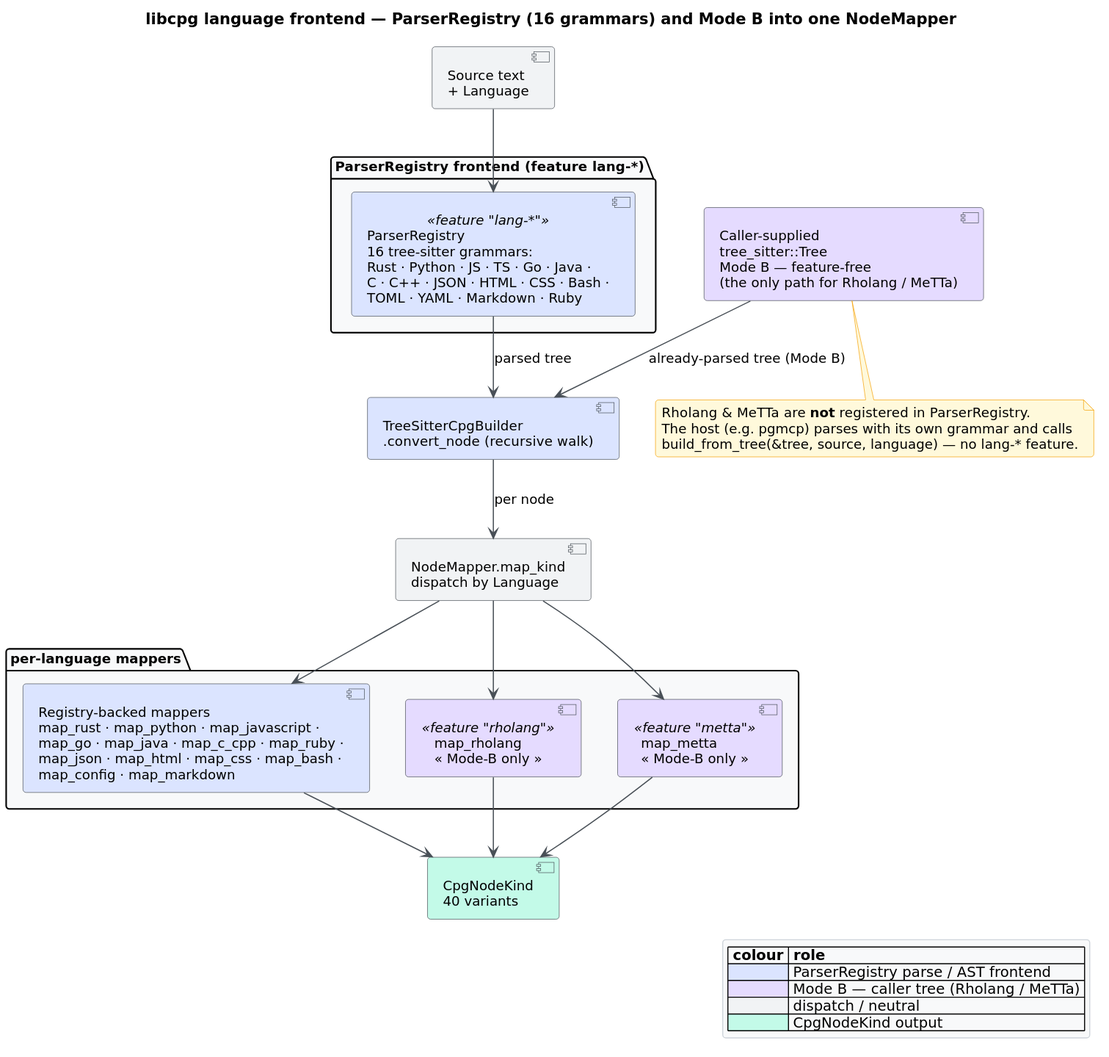
Before: docs/diagrams/language-frontend-pipeline.svg, a diagram exported from PlantUML (vinary-tree/libcpg). Its source is kept beside it as docs/diagrams/language-frontend-pipeline.puml. Source of this version:
```plantuml
@startuml
!include _libcpg-theme.iuml
title libcpg language frontend — ParserRegistry (16 grammars) and Mode B into one NodeMapper

component "Source text\n+ Language" as SRC #F1F3F5

package "ParserRegistry frontend  (feature lang-*)" as regpkg #F8F9FA {
  component "ParserRegistry\n16 tree-sitter grammars:\nRust · Python · JS · TS · Go · Java ·\nC · C++ · JSON · HTML · CSS · Bash ·\nTOML · YAML · Markdown · Ruby" <<feature "lang-*">> as PR #DBE4FF
}

component "Caller-supplied\ntree_sitter::Tree\nMode B — feature-free\n(the only path for Rholang / MeTTa)" as MB #E5DBFF

component "TreeSitterCpgBuilder\n.convert_node  (recursive walk)" as TB #DBE4FF
component "NodeMapper.map_kind\ndispatch by Language" as NM #F1F3F5

package "per-language mappers" as mappers #F8F9FA {
  component "Registry-backed mappers\nmap_rust · map_python · map_javascript ·\nmap_go · map_java · map_c_cpp · map_ruby ·\nmap_json · map_html · map_css · map_bash ·\nmap_config · map_markdown" as REG #DBE4FF
  component "map_rholang\n« Mode-B only »" <<feature "rholang">> as MR #E5DBFF
  component "map_metta\n« Mode-B only »" <<feature "metta">> as MM #E5DBFF
}

component "CpgNodeKind\n40 variants" as CNK #C3FAE8

SRC --> PR
PR --> TB : parsed tree
MB --> TB : already-parsed tree (Mode B)
TB --> NM : per node
NM --> REG
NM --> MR
NM --> MM
REG --> CNK
MR --> CNK
MM --> CNK

note bottom of MB
  Rholang & MeTTa are **not** registered in ParserRegistry.
  The host (e.g. pgmcp) parses with its own grammar and calls
  build_from_tree(&tree, source, language) — no lang-* feature.
end note

legend right
  |= colour |= role |
  |<#DBE4FF>| ParserRegistry parse / AST frontend |
  |<#E5DBFF>| Mode B — caller tree (Rholang / MeTTa) |
  |<#F1F3F5>| dispatch / neutral |
  |<#C3FAE8>| CpgNodeKind output |
endlegend
@enduml
```
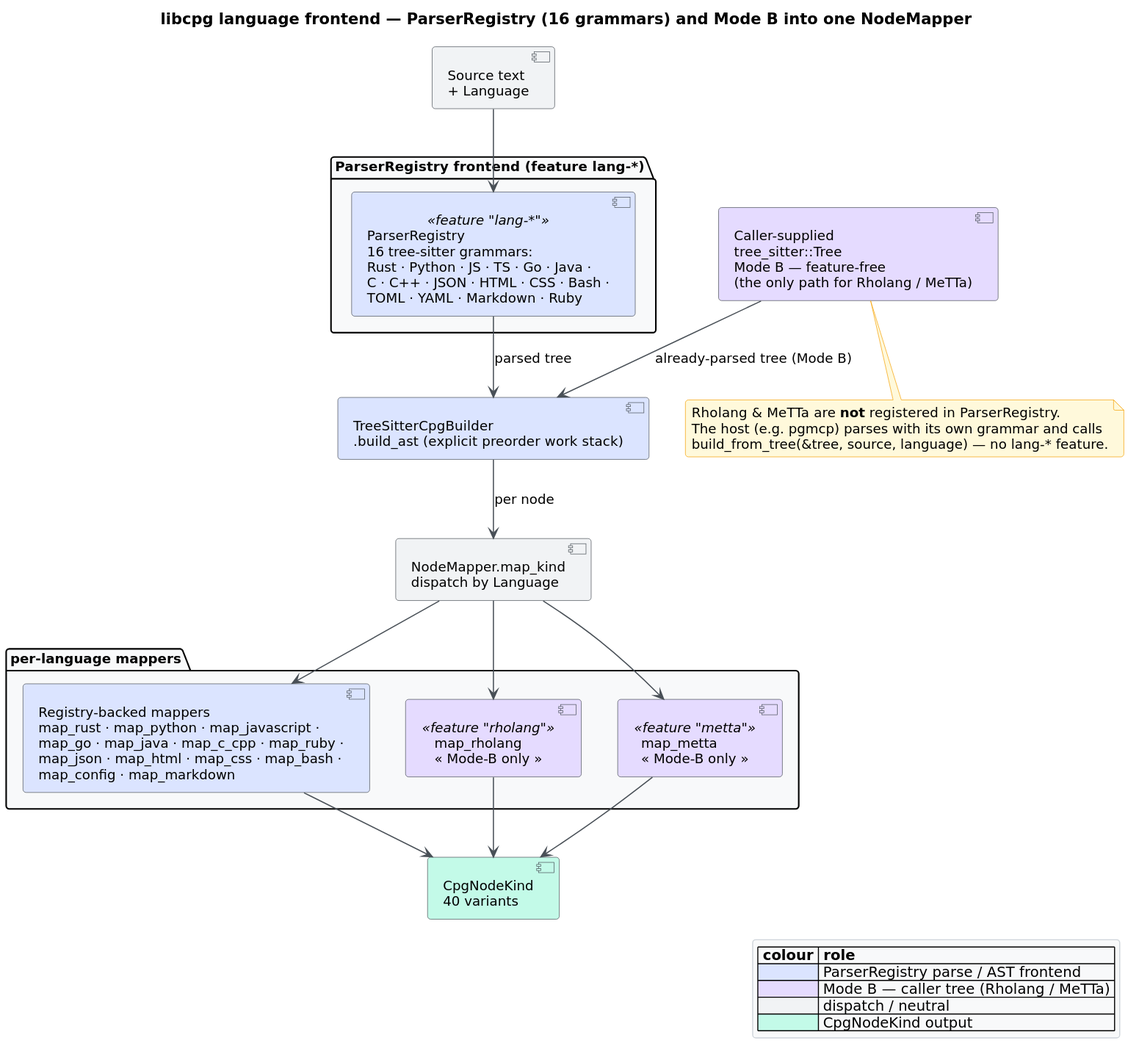
The same diagram one commit later.

The edit, as a diff of the source:
```diff
@@ -10,7 +10,7 @@
 
 component "Caller-supplied\ntree_sitter::Tree\nMode B — feature-free\n(the only path for Rholang / MeTTa)" as MB #E5DBFF
 
-component "TreeSitterCpgBuilder\n.convert_node  (recursive walk)" as TB #DBE4FF
+component "TreeSitterCpgBuilder\n.build_ast  (explicit preorder work stack)" as TB #DBE4FF
 component "NodeMapper.map_kind\ndispatch by Language" as NM #F1F3F5
 
 package "per-language mappers" as mappers #F8F9FA {
```
